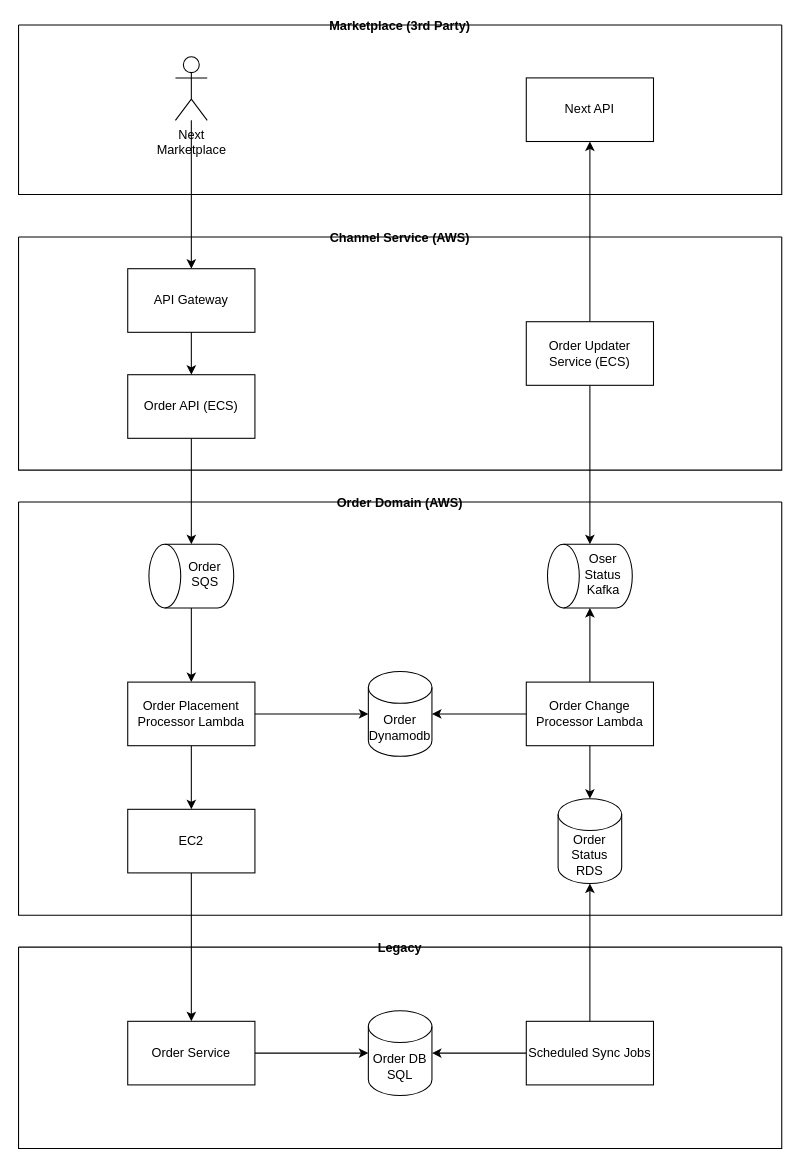
Before: Marketplace.drawio in leilabadi/diagrams, a draw.io diagram. Source tidied: cells renumbered, new cells numbered last; positions are measured from the earlier drawing's top-left corner, leaving out a move shared by most shapes. Both pictures are drawn from the tidied source at 106%, with x=0, y=0 at pixel (18, 24).
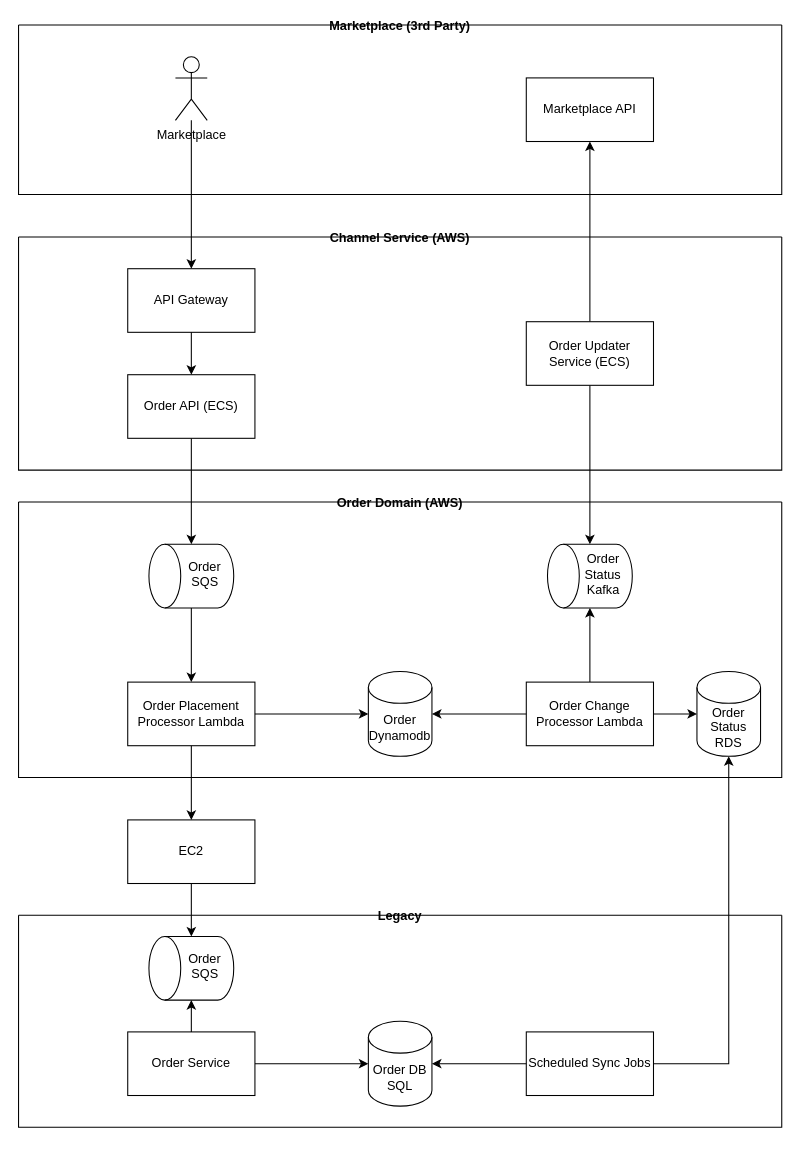
Above is the later version.

Unchanged cells that the change refers to:
```xml
<mxCell id="17" value="Order Placement Processor Lambda" style="rounded=0;whiteSpace=wrap;html=1;" parent="13" vertex="1">
  <mxGeometry x="103" y="170" width="120" height="60" as="geometry" />
</mxCell>
<mxCell id="21" value="Order Change Processor Lambda" style="rounded=0;whiteSpace=wrap;html=1;" parent="13" vertex="1">
  <mxGeometry x="479" y="170" width="120" height="60" as="geometry" />
</mxCell>
<mxCell id="32" value="Marketplace (3rd Party)" style="swimlane;startSize=0;" parent="1" vertex="1">
  <mxGeometry width="720" height="160" as="geometry" />
</mxCell>
```

Change to the diagram source:
```diff
@@
     <mxCell id="7" value="Legacy" style="swimlane;startSize=0;" parent="1" vertex="1">
-      <mxGeometry y="870" width="720" height="190" as="geometry" />
+      <mxGeometry y="840" width="720" height="200" as="geometry" />
     </mxCell>
@@
     <mxCell id="9" value="Order Service" style="rounded=0;whiteSpace=wrap;html=1;" parent="7" vertex="1">
-      <mxGeometry x="103" y="70" width="120" height="60" as="geometry" />
+      <mxGeometry x="103" y="110" width="120" height="60" as="geometry" />
     </mxCell>
     <mxCell id="10" value="Order DB SQL" style="shape=cylinder3;whiteSpace=wrap;html=1;boundedLbl=1;backgroundOutline=1;size=15;" parent="7" vertex="1">
-      <mxGeometry x="330" y="60" width="60" height="80" as="geometry" />
+      <mxGeometry x="330" y="100" width="60" height="80" as="geometry" />
     </mxCell>
     <mxCell id="11" value="Scheduled Sync Jobs" style="rounded=0;whiteSpace=wrap;html=1;" parent="7" vertex="1">
-      <mxGeometry x="479" y="70" width="120" height="60" as="geometry" />
+      <mxGeometry x="479" y="110" width="120" height="60" as="geometry" />
     </mxCell>
@@
+    <mxCell id="36" value="Order SQS" style="shape=cylinder3;whiteSpace=wrap;html=1;boundedLbl=1;backgroundOutline=1;size=15;rotation=-90;textDirection=vertical-rl;" parent="7" vertex="1">
+      <mxGeometry x="133" y="10" width="60" height="80" as="geometry" />
+    </mxCell>
+    <mxCell id="37" style="edgeStyle=orthogonalEdgeStyle;rounded=0;jettySize=auto;html=1;entryX=0;entryY=0.5;entryDx=0;entryDy=0;entryPerimeter=0;" parent="7" edge="1" source="9" target="36">
+      <mxGeometry relative="1" as="geometry" />
+    </mxCell>
     <mxCell id="13" value="Order Domain (AWS)" style="swimlane;startSize=0;" parent="1" vertex="1">
-      <mxGeometry y="450" width="720" height="390" as="geometry" />
+      <mxGeometry y="450" width="720" height="260" as="geometry" />
     </mxCell>
     <mxCell id="14" value="Order Status RDS" style="shape=cylinder3;whiteSpace=wrap;html=1;boundedLbl=1;backgroundOutline=1;size=15;" parent="13" vertex="1">
-      <mxGeometry x="509" y="280" width="60" height="80" as="geometry" />
+      <mxGeometry x="640" y="160" width="60" height="80" as="geometry" />
     </mxCell>
-    <mxCell id="15" value="EC2" style="rounded=0;whiteSpace=wrap;html=1;" parent="13" vertex="1">
-      <mxGeometry x="103" y="290" width="120" height="60" as="geometry" />
-    </mxCell>
-    <mxCell id="16" style="edgeStyle=orthogonalEdgeStyle;rounded=0;jettySize=auto;html=1;" parent="13" edge="1" source="17" target="15">
-      <mxGeometry relative="1" as="geometry" />
-    </mxCell>
@@
-    <mxCell id="23" style="edgeStyle=orthogonalEdgeStyle;rounded=0;jettySize=auto;html=1;entryX=0.5;entryY=0;entryDx=0;entryDy=0;entryPerimeter=0;" parent="13" edge="1" source="21" target="14">
-      <mxGeometry relative="1" as="geometry" />
-    </mxCell>
-    <mxCell id="24" value="Oser Status Kafka" style="shape=cylinder3;whiteSpace=wrap;html=1;boundedLbl=1;backgroundOutline=1;size=15;rotation=-90;textDirection=vertical-rl;" parent="13" vertex="1">
+    <mxCell id="24" value="Order Status Kafka" style="shape=cylinder3;whiteSpace=wrap;html=1;boundedLbl=1;backgroundOutline=1;size=15;rotation=-90;textDirection=vertical-rl;" parent="13" vertex="1">
       <mxGeometry x="509" y="30" width="60" height="80" as="geometry" />
     </mxCell>
@@
+    <mxCell id="23" style="edgeStyle=orthogonalEdgeStyle;rounded=0;jettySize=auto;html=1;entryX=0;entryY=0.5;entryDx=0;entryDy=0;entryPerimeter=0;" parent="13" edge="1" source="21" target="14">
+      <mxGeometry relative="1" as="geometry" />
+    </mxCell>
@@
-    <mxCell id="33" value="Next API" style="rounded=0;whiteSpace=wrap;html=1;" parent="32" vertex="1">
+    <mxCell id="33" value="Marketplace API" style="rounded=0;whiteSpace=wrap;html=1;" parent="32" vertex="1">
       <mxGeometry x="479" y="50" width="120" height="60" as="geometry" />
     </mxCell>
-    <mxCell id="34" value="&lt;span style=&quot;text-wrap-mode: wrap;&quot;&gt;Next Marketplace&lt;/span&gt;" style="shape=umlActor;verticalLabelPosition=bottom;verticalAlign=top;html=1;outlineConnect=0;" parent="32" vertex="1">
+    <mxCell id="34" value="&lt;span style=&quot;text-wrap-mode: wrap;&quot;&gt;Marketplace&lt;/span&gt;" style="shape=umlActor;verticalLabelPosition=bottom;verticalAlign=top;html=1;outlineConnect=0;" parent="32" vertex="1">
       <mxGeometry x="148" y="30" width="30" height="60" as="geometry" />
     </mxCell>
-    <mxCell id="35" style="edgeStyle=orthogonalEdgeStyle;rounded=0;jettySize=auto;html=1;entryX=0.5;entryY=0;entryDx=0;entryDy=0;" parent="1" edge="1" source="15" target="9">
+    <mxCell id="35" style="edgeStyle=orthogonalEdgeStyle;rounded=0;jettySize=auto;html=1;entryX=1;entryY=0.5;entryDx=0;entryDy=0;entryPerimeter=0;" parent="1" edge="1" source="15" target="36">
       <mxGeometry relative="1" as="geometry" />
     </mxCell>
+    <mxCell id="15" value="EC2" style="rounded=0;whiteSpace=wrap;html=1;" parent="1" vertex="1">
+      <mxGeometry x="103" y="750" width="120" height="60" as="geometry" />
+    </mxCell>
+    <mxCell id="16" style="edgeStyle=orthogonalEdgeStyle;rounded=0;jettySize=auto;html=1;" parent="1" edge="1" source="17" target="15">
+      <mxGeometry relative="1" as="geometry" />
+    </mxCell>
```
